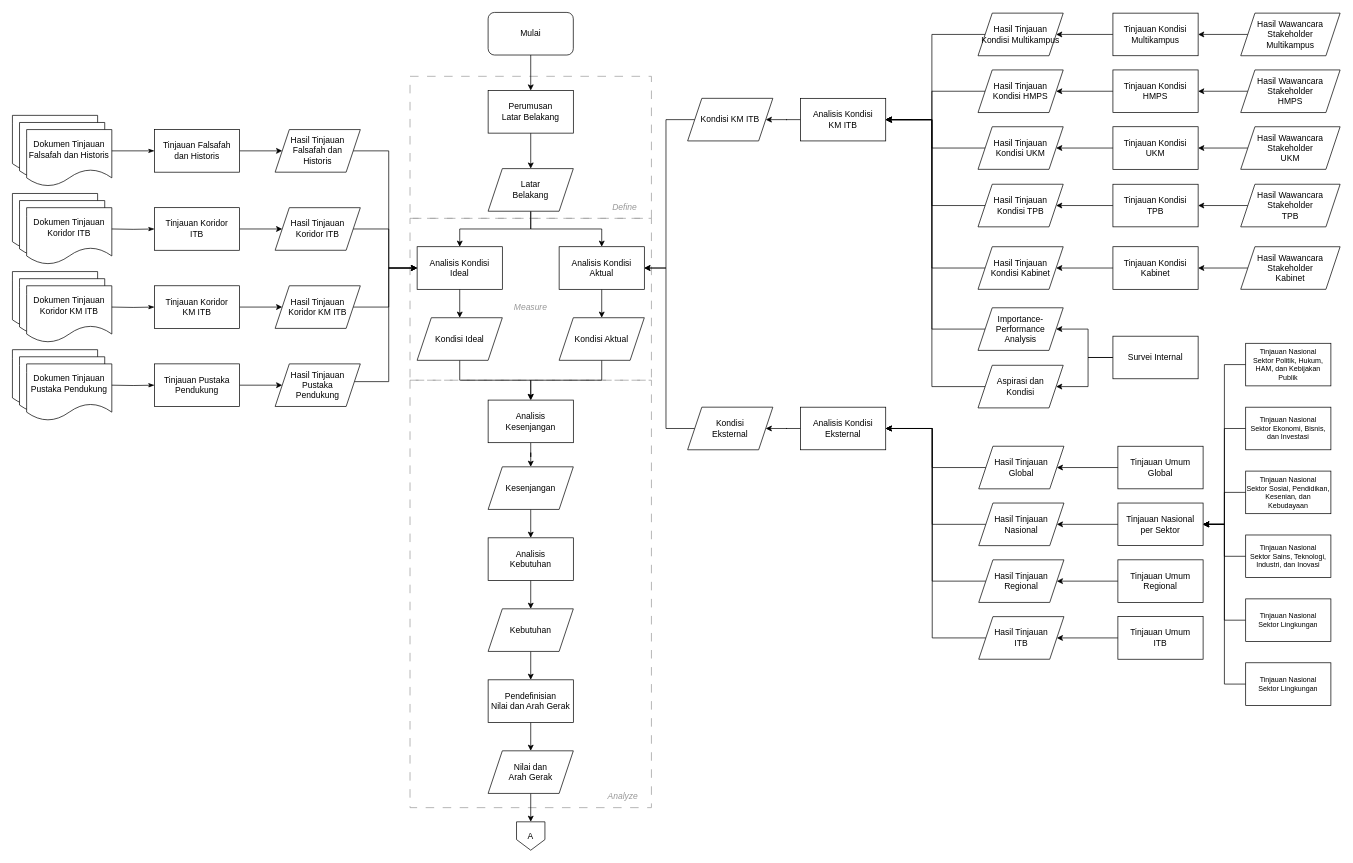
Before: page "DMA v2" (5 of 11) of AlureBerpikir.drawio in farellfaiz/flowchart, a draw.io diagram. Source tidied: cells renumbered, new cells numbered last; positions are measured from the earlier drawing's top-left corner, leaving out a move shared by most shapes. Both pictures are drawn from the tidied source at 71%, with x=0, y=0 at pixel (12, 12).
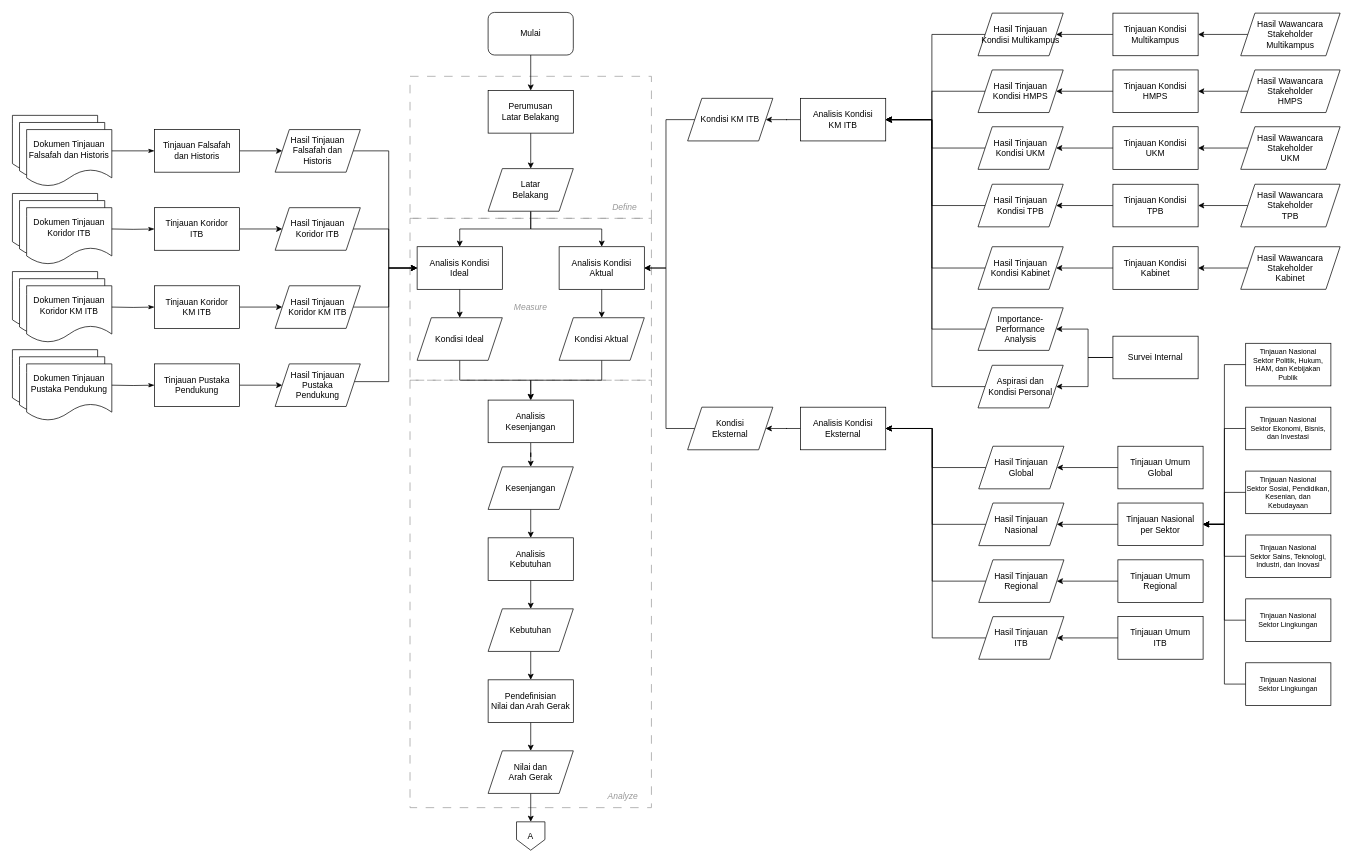
The same page after the edit.

What changed in the source:
```diff
@@
-    <mxCell id="39" value="Aspirasi dan&lt;div&gt;Kondisi&lt;/div&gt;" style="shape=parallelogram;perimeter=parallelogramPerimeter;whiteSpace=wrap;html=1;fixedSize=1;" parent="1" vertex="1">
+    <mxCell id="39" value="Aspirasi dan&lt;div&gt;Kondisi Personal&lt;/div&gt;" style="shape=parallelogram;perimeter=parallelogramPerimeter;whiteSpace=wrap;html=1;fixedSize=1;" parent="1" vertex="1">
       <mxGeometry x="1360" y="497" width="120" height="60" as="geometry" />
     </mxCell>
```
